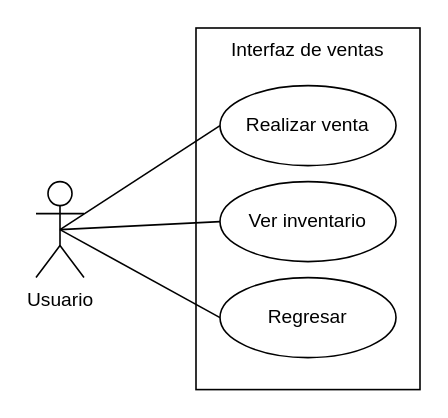
Ovills/analisis keeps this draw.io diagram as interfaz de ventas.drawio. Above is the earlier version. Source tidied: cells renumbered, new cells numbered last; positions are measured from the earlier drawing's top-left corner, leaving out a move shared by most shapes. Both pictures are drawn from the tidied source at 160%, with x=0, y=0 at pixel (35, 27).
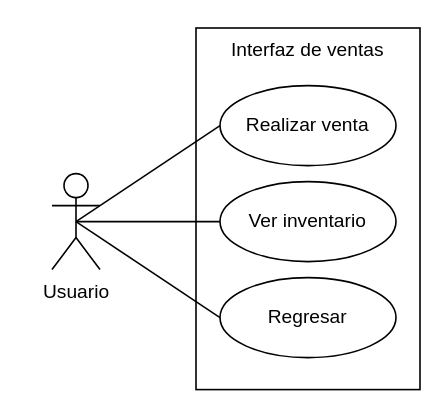
The same page after the edit.

The edit, as a diff of the source:
```diff
@@
 <mxGraphModel>
   <root>
     <mxCell id="0" />
     <mxCell id="1" parent="0" />
     <mxCell id="2" value="Usuario" style="shape=umlActor;verticalLabelPosition=bottom;verticalAlign=top;html=1;outlineConnect=0;fillColor=none;" parent="1" vertex="1">
-      <mxGeometry y="96" width="30" height="60" as="geometry" />
+      <mxGeometry x="10" y="91" width="30" height="60" as="geometry" />
     </mxCell>
     <mxCell id="3" value="Interfaz de ventas" style="rounded=0;whiteSpace=wrap;html=1;fillColor=none;verticalAlign=top;" parent="1" vertex="1">
       <mxGeometry x="100" width="140" height="226" as="geometry" />
     </mxCell>
     <mxCell id="4" value="Realizar venta" style="ellipse;whiteSpace=wrap;html=1;fillColor=none;" parent="1" vertex="1">
       <mxGeometry x="115" y="36" width="110" height="50" as="geometry" />
     </mxCell>
     <mxCell id="5" value="Ver inventario" style="ellipse;whiteSpace=wrap;html=1;fillColor=none;" parent="1" vertex="1">
       <mxGeometry x="115" y="96" width="110" height="50" as="geometry" />
     </mxCell>
     <mxCell id="6" value="Regresar" style="ellipse;whiteSpace=wrap;html=1;fillColor=none;" parent="1" vertex="1">
       <mxGeometry x="115" y="156" width="110" height="50" as="geometry" />
     </mxCell>
     <mxCell id="7" style="endArrow=none;html=1;rounded=0;exitX=0.5;exitY=0.5;exitDx=0;exitDy=0;exitPerimeter=0;entryX=0;entryY=0.5;entryDx=0;entryDy=0;" parent="1" edge="1" source="2" target="4">
       <mxGeometry relative="1" as="geometry" />
     </mxCell>
     <mxCell id="8" style="endArrow=none;html=1;rounded=0;exitX=0.5;exitY=0.5;exitDx=0;exitDy=0;exitPerimeter=0;entryX=0;entryY=0.5;entryDx=0;entryDy=0;" parent="1" edge="1" source="2" target="5">
       <mxGeometry relative="1" as="geometry" />
     </mxCell>
-    <mxCell id="9" style="endArrow=none;html=1;rounded=0;exitX=0.5;exitY=0.5;exitDx=0;exitDy=0;exitPerimeter=0;entryX=0;entryY=0.5;entryDx=0;entryDy=0;" parent="1" edge="1" source="2" target="6">
+    <mxCell id="9" style="endArrow=none;html=1;rounded=0;entryX=0;entryY=0.5;entryDx=0;entryDy=0;exitX=0.5;exitY=0.5;exitDx=0;exitDy=0;exitPerimeter=0;" parent="1" edge="1" source="2" target="6">
       <mxGeometry relative="1" as="geometry" />
     </mxCell>
   </root>
 </mxGraphModel>
```
